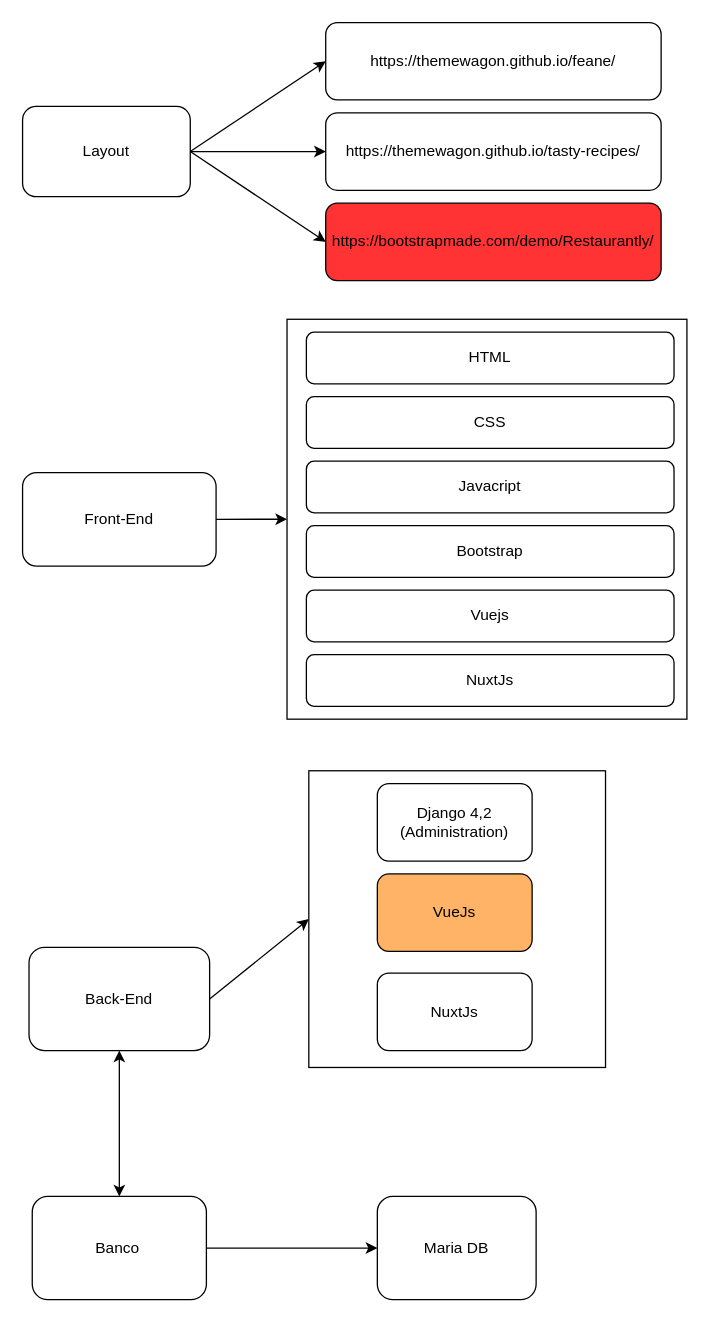
This is page "Estrutura" (1 of 2) of Recipes.drawio from brendoncardoso/django-recipes, a draw.io file, before an edit. Source tidied: cells renumbered, new cells numbered last; positions are measured from the earlier drawing's top-left corner, leaving out a move shared by most shapes. Both pictures are drawn from the tidied source at 129%, with x=0, y=0 at pixel (22, 22).
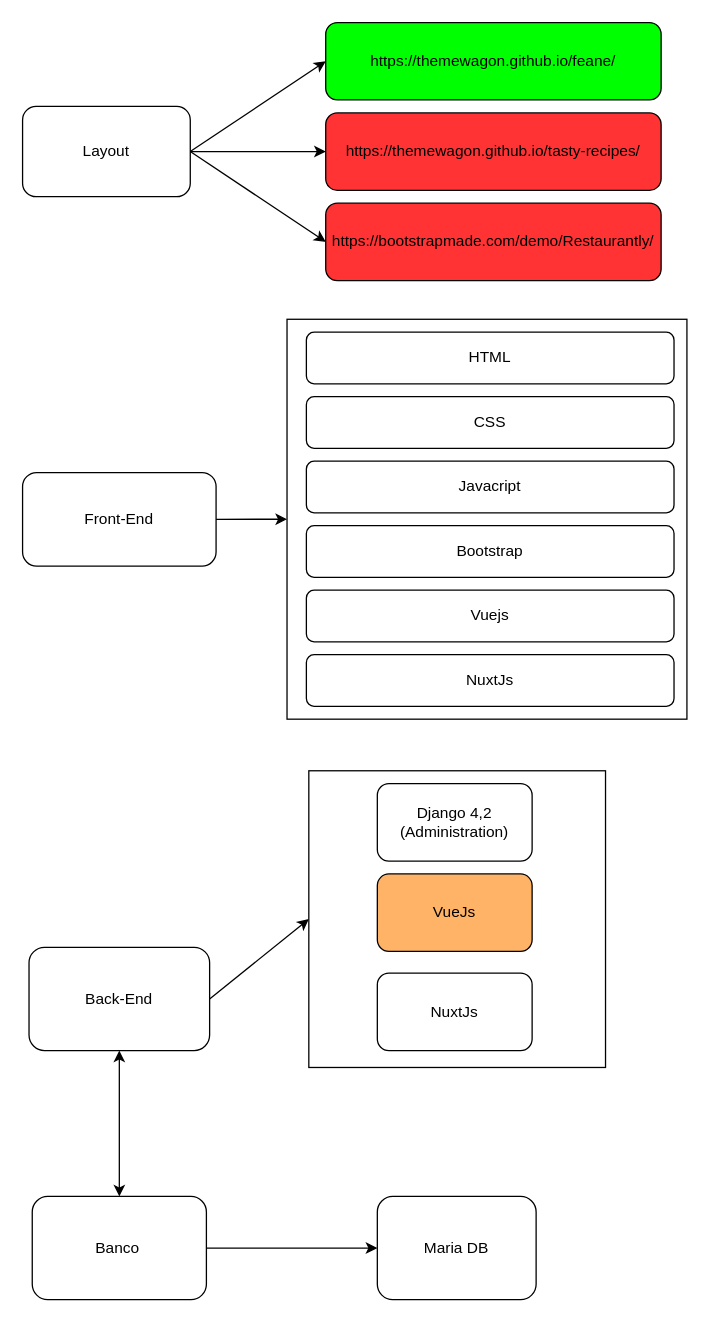
The same diagram, later.

What changed in the source:
```diff
@@
-    <mxCell id="4" value="https://themewagon.github.io/feane/" style="rounded=1;whiteSpace=wrap;html=1;" parent="1" vertex="1">
+    <mxCell id="4" value="https://themewagon.github.io/feane/" style="rounded=1;whiteSpace=wrap;html=1;fillColor=#00FF00;" parent="1" vertex="1">
       <mxGeometry x="235" width="260" height="60" as="geometry" />
     </mxCell>
@@
-    <mxCell id="7" value="https://themewagon.github.io/tasty-recipes/" style="rounded=1;whiteSpace=wrap;html=1;" parent="1" vertex="1">
+    <mxCell id="7" value="https://themewagon.github.io/tasty-recipes/" style="rounded=1;whiteSpace=wrap;html=1;fillColor=#FF3333;" parent="1" vertex="1">
       <mxGeometry x="235" y="70" width="260" height="60" as="geometry" />
     </mxCell>
```
